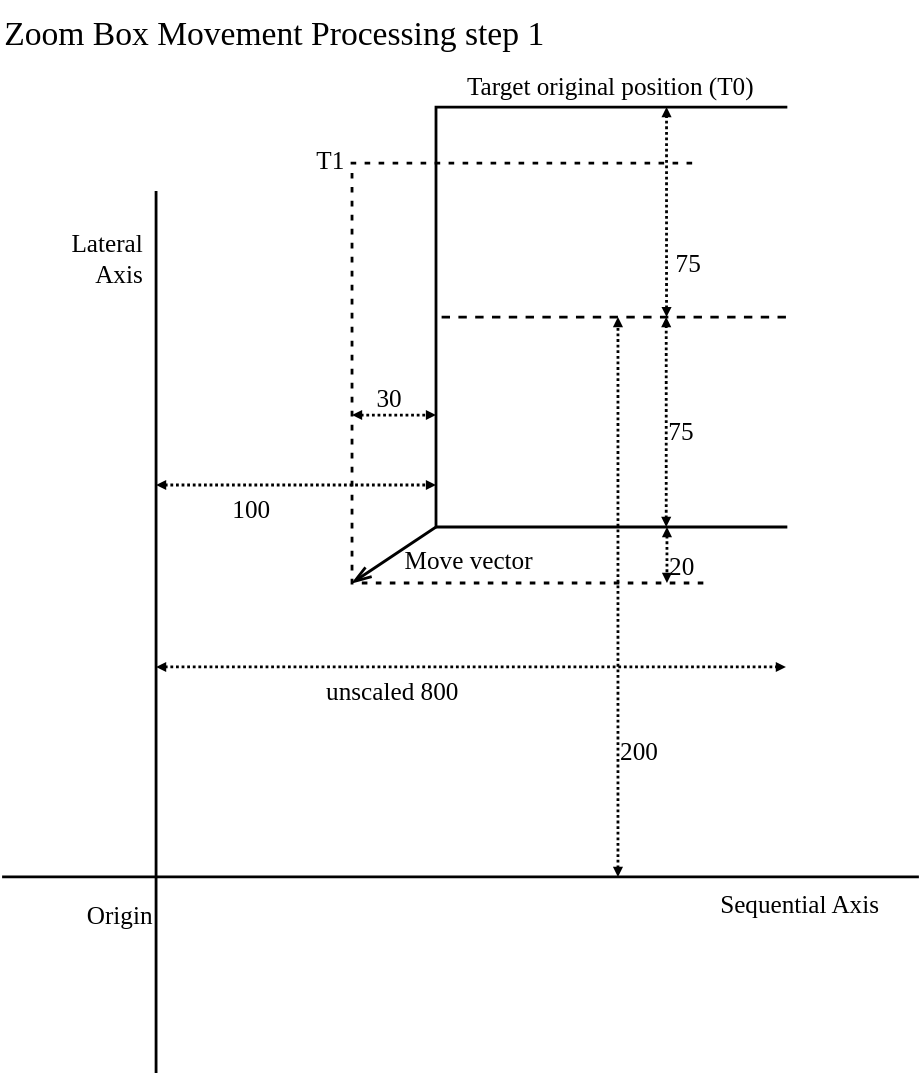
Earlier version of the draw.io export documents/Specification/07ZoomBoxMovement/MoveProcessing01.svg (dasher-project/dasher-web). Source tidied: cells renumbered, new cells last; positions are measured from the earlier drawing's top-left corner, leaving out a move shared by most shapes. Source of this version:
```xml
<mxGraphModel>
  <root>
    <mxCell id="0" />
    <mxCell id="1" parent="0" />
    <mxCell id="2" value="T1" style="shape=partialRectangle;whiteSpace=wrap;bottom=1;top=1;fillColor=none;strokeWidth=2;fontSize=18;right=0;fontFamily=Verdana;align=right;verticalAlign=bottom;spacing=5;labelPosition=left;verticalLabelPosition=top;dashed=1;dashPattern=1 4;spacingBottom=-16;" parent="1" vertex="1">
      <mxGeometry x="250" y="115" width="250" height="300" as="geometry" />
    </mxCell>
    <mxCell id="3" value="Target original position (T0)" style="shape=partialRectangle;bottom=1;top=1;fillColor=none;strokeWidth=2;fontSize=18;right=0;fontFamily=Verdana;align=center;verticalAlign=bottom;spacing=5;labelPosition=center;verticalLabelPosition=top;" parent="1" vertex="1">
      <mxGeometry x="310" y="75" width="250" height="300" as="geometry" />
    </mxCell>
    <mxCell id="4" value="Lateral&#10;Axis" style="endArrow=none;fontSize=18;strokeWidth=2;endFill=0;endSize=10;labelBackgroundColor=none;spacingTop=0;align=right;rounded=0;elbow=vertical;fontFamily=Verdana;startArrow=none;startFill=0;spacing=9;verticalAlign=top;" parent="1" edge="1">
      <mxGeometry x="-0.96" relative="1" as="geometry">
        <mxPoint x="110" y="135" as="sourcePoint" />
        <mxPoint x="110" y="765" as="targetPoint" />
        <mxPoint y="1" as="offset" />
      </mxGeometry>
    </mxCell>
    <mxCell id="5" value="Sequential Axis" style="endArrow=none;html=1;fontSize=18;strokeWidth=2;endFill=0;endSize=10;labelBackgroundColor=none;spacingTop=0;align=right;rounded=0;elbow=vertical;fontFamily=Verdana;startArrow=none;startFill=0;verticalAlign=top;spacing=5;" parent="1" edge="1">
      <mxGeometry x="-0.93" relative="1" as="geometry">
        <mxPoint x="655" y="625" as="sourcePoint" />
        <mxPoint y="625" as="targetPoint" />
      </mxGeometry>
    </mxCell>
    <mxCell id="6" value="Origin" style="rounded=0;shadow=0;comic=0;labelBackgroundColor=none;strokeWidth=2;fillColor=none;fontFamily=Verdana;fontSize=18;align=right;arcSize=20;spacingTop=0;spacingLeft=0;spacing=2;spacingBottom=0;spacingRight=0;strokeColor=none;verticalAlign=top;" parent="1" vertex="1">
      <mxGeometry x="40" y="635" width="70" height="30" as="geometry" />
    </mxCell>
    <mxCell id="7" value="Zoom Box Movement Processing step 1" style="rounded=0;shadow=0;comic=0;labelBackgroundColor=none;strokeWidth=2;fillColor=none;fontFamily=Verdana;fontSize=24;align=left;arcSize=20;spacingTop=0;spacingLeft=0;spacing=2;spacingBottom=0;spacingRight=0;strokeColor=none;" parent="1" vertex="1">
      <mxGeometry width="490" height="40" as="geometry" />
    </mxCell>
    <mxCell id="8" value="Move vector" style="endArrow=openThin;fontSize=18;strokeWidth=2;endFill=0;endSize=10;labelBackgroundColor=none;spacingTop=5;align=left;rounded=0;elbow=vertical;fontFamily=Verdana;startArrow=none;startFill=0;startSize=10;verticalAlign=middle;spacing=8;" parent="1" edge="1">
      <mxGeometry relative="1" as="geometry">
        <mxPoint x="310" y="375" as="sourcePoint" />
        <mxPoint x="250" y="415" as="targetPoint" />
      </mxGeometry>
    </mxCell>
    <mxCell id="9" value="30" style="endArrow=block;fontSize=18;strokeWidth=2;endFill=1;endSize=2;labelBackgroundColor=none;spacingTop=0;align=left;rounded=0;elbow=vertical;fontFamily=Verdana;startArrow=block;startFill=1;startSize=2;verticalAlign=bottom;dashed=1;dashPattern=1 1;" parent="1" edge="1">
      <mxGeometry x="-0.47" relative="1" as="geometry">
        <mxPoint x="250" y="295" as="sourcePoint" />
        <mxPoint x="310" y="295" as="targetPoint" />
      </mxGeometry>
    </mxCell>
    <mxCell id="10" value="20" style="endArrow=block;fontSize=18;strokeWidth=2;endFill=1;endSize=2;labelBackgroundColor=none;spacingTop=0;align=left;rounded=0;elbow=vertical;fontFamily=Verdana;startArrow=block;startFill=1;startSize=2;verticalAlign=top;dashed=1;dashPattern=1 1;" parent="1" edge="1">
      <mxGeometry x="-0.47" relative="1" as="geometry">
        <mxPoint x="475" y="375" as="sourcePoint" />
        <mxPoint x="475" y="415" as="targetPoint" />
      </mxGeometry>
    </mxCell>
    <mxCell id="11" value="200" style="endArrow=block;fontSize=18;strokeWidth=2;endFill=1;endSize=2;labelBackgroundColor=none;spacingTop=0;align=left;rounded=0;elbow=vertical;fontFamily=Verdana;startArrow=block;startFill=1;startSize=2;verticalAlign=top;dashed=1;dashPattern=1 1;" parent="1" edge="1">
      <mxGeometry x="-0.47" relative="1" as="geometry">
        <mxPoint x="440" y="625" as="sourcePoint" />
        <mxPoint x="440" y="225" as="targetPoint" />
      </mxGeometry>
    </mxCell>
    <mxCell id="12" value="75" style="endArrow=block;fontSize=18;strokeWidth=2;endFill=1;endSize=2;labelBackgroundColor=none;spacingTop=0;align=left;rounded=0;elbow=vertical;fontFamily=Verdana;startArrow=block;startFill=1;startSize=2;verticalAlign=middle;dashed=1;dashPattern=1 1;" parent="1" edge="1">
      <mxGeometry x="-0.07" relative="1" as="geometry">
        <mxPoint x="474.5" y="375" as="sourcePoint" />
        <mxPoint x="474.5" y="225" as="targetPoint" />
      </mxGeometry>
    </mxCell>
    <mxCell id="13" style="endArrow=none;html=1;fontSize=18;strokeWidth=2;endFill=0;endSize=10;labelBackgroundColor=none;spacingTop=-55;align=left;rounded=0;elbow=vertical;fontFamily=Verdana;startArrow=none;startFill=0;dashed=1;entryX=0;entryY=0.5;entryDx=0;entryDy=0;exitX=1;exitY=0.5;exitDx=0;exitDy=0;" parent="1" edge="1" source="3" target="3">
      <mxGeometry relative="1" as="geometry" />
    </mxCell>
    <mxCell id="14" value="75" style="endArrow=block;fontSize=18;strokeWidth=2;endFill=1;endSize=2;labelBackgroundColor=none;spacingTop=0;align=left;rounded=0;elbow=vertical;fontFamily=Verdana;startArrow=block;startFill=1;startSize=2;verticalAlign=middle;dashed=1;dashPattern=1 1;" parent="1" edge="1">
      <mxGeometry x="-0.47" y="-5" relative="1" as="geometry">
        <mxPoint x="474.7" y="225" as="sourcePoint" />
        <mxPoint x="474.7" y="75" as="targetPoint" />
      </mxGeometry>
    </mxCell>
    <mxCell id="15" value="100" style="endArrow=block;fontSize=18;strokeWidth=2;endFill=1;endSize=2;labelBackgroundColor=none;spacingTop=0;align=left;rounded=0;elbow=vertical;fontFamily=Verdana;startArrow=block;startFill=1;startSize=2;verticalAlign=top;dashed=1;dashPattern=1 1;" parent="1" edge="1">
      <mxGeometry x="-0.47" relative="1" as="geometry">
        <mxPoint x="110" y="345" as="sourcePoint" />
        <mxPoint x="310" y="345" as="targetPoint" />
      </mxGeometry>
    </mxCell>
    <mxCell id="16" value="unscaled 800" style="endArrow=block;fontSize=18;strokeWidth=2;endFill=1;endSize=2;labelBackgroundColor=none;spacingTop=0;align=left;rounded=0;elbow=vertical;fontFamily=Verdana;startArrow=block;startFill=1;startSize=2;verticalAlign=top;dashed=1;dashPattern=1 1;" parent="1" edge="1">
      <mxGeometry x="-0.47" relative="1" as="geometry">
        <mxPoint x="110" y="475" as="sourcePoint" />
        <mxPoint x="560" y="475" as="targetPoint" />
      </mxGeometry>
    </mxCell>
  </root>
</mxGraphModel>
```
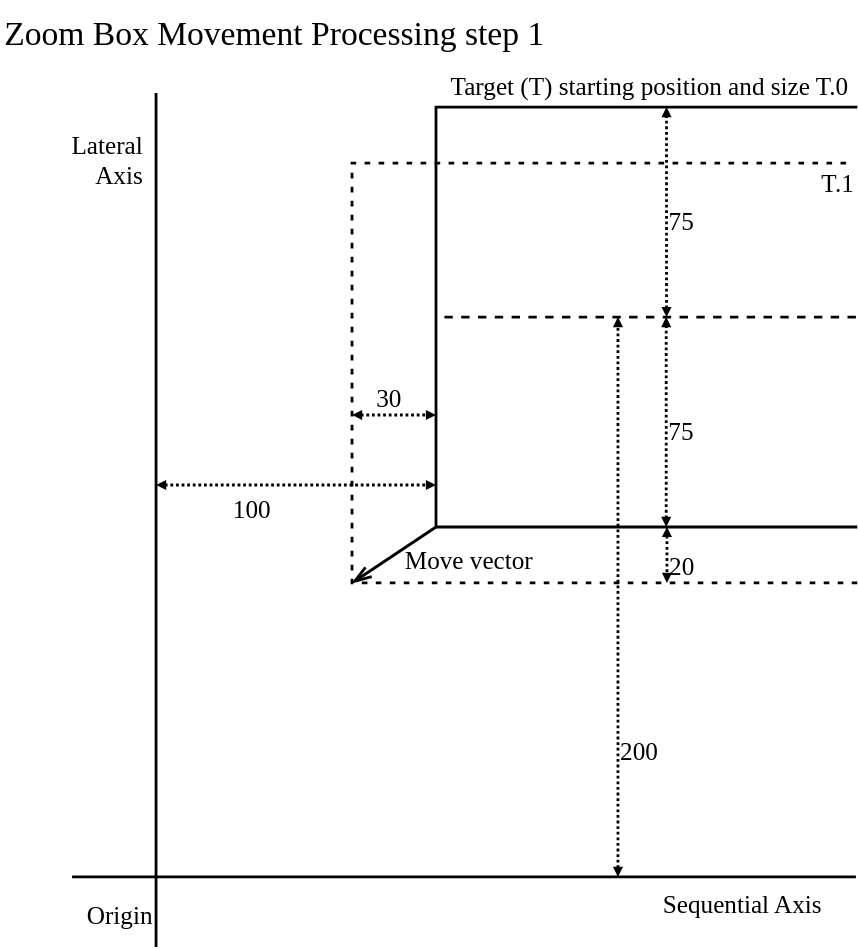
Later version of the same file.

What changed in the source:
```diff
@@ -2,23 +2,23 @@
   <root>
     <mxCell id="0" />
     <mxCell id="1" parent="0" />
-    <mxCell id="2" value="T1" style="shape=partialRectangle;whiteSpace=wrap;bottom=1;top=1;fillColor=none;strokeWidth=2;fontSize=18;right=0;fontFamily=Verdana;align=right;verticalAlign=bottom;spacing=5;labelPosition=left;verticalLabelPosition=top;dashed=1;dashPattern=1 4;spacingBottom=-16;" parent="1" vertex="1">
-      <mxGeometry x="250" y="115" width="250" height="300" as="geometry" />
+    <mxCell id="2" value="T.1" style="shape=partialRectangle;bottom=1;top=1;fillColor=none;strokeWidth=2;fontSize=18;right=0;fontFamily=Verdana;align=right;verticalAlign=top;spacing=5;labelPosition=center;verticalLabelPosition=middle;dashed=1;dashPattern=1 4;spacingBottom=0;spacingRight=-4;spacingTop=-6;" parent="1" vertex="1">
+      <mxGeometry x="250" y="115" width="360" height="300" as="geometry" />
     </mxCell>
-    <mxCell id="3" value="Target original position (T0)" style="shape=partialRectangle;bottom=1;top=1;fillColor=none;strokeWidth=2;fontSize=18;right=0;fontFamily=Verdana;align=center;verticalAlign=bottom;spacing=5;labelPosition=center;verticalLabelPosition=top;" parent="1" vertex="1">
-      <mxGeometry x="310" y="75" width="250" height="300" as="geometry" />
+    <mxCell id="3" value="Target (T) starting position and size T.0" style="shape=partialRectangle;bottom=1;top=1;fillColor=none;strokeWidth=2;fontSize=18;right=0;fontFamily=Verdana;align=right;verticalAlign=bottom;spacing=5;labelPosition=center;verticalLabelPosition=top;" parent="1" vertex="1">
+      <mxGeometry x="310" y="75" width="300" height="300" as="geometry" />
     </mxCell>
     <mxCell id="4" value="Lateral&#10;Axis" style="endArrow=none;fontSize=18;strokeWidth=2;endFill=0;endSize=10;labelBackgroundColor=none;spacingTop=0;align=right;rounded=0;elbow=vertical;fontFamily=Verdana;startArrow=none;startFill=0;spacing=9;verticalAlign=top;" parent="1" edge="1">
       <mxGeometry x="-0.96" relative="1" as="geometry">
-        <mxPoint x="110" y="135" as="sourcePoint" />
-        <mxPoint x="110" y="765" as="targetPoint" />
+        <mxPoint x="110" y="65" as="sourcePoint" />
+        <mxPoint x="110" y="675" as="targetPoint" />
         <mxPoint y="1" as="offset" />
       </mxGeometry>
     </mxCell>
     <mxCell id="5" value="Sequential Axis" style="endArrow=none;html=1;fontSize=18;strokeWidth=2;endFill=0;endSize=10;labelBackgroundColor=none;spacingTop=0;align=right;rounded=0;elbow=vertical;fontFamily=Verdana;startArrow=none;startFill=0;verticalAlign=top;spacing=5;" parent="1" edge="1">
       <mxGeometry x="-0.93" relative="1" as="geometry">
-        <mxPoint x="655" y="625" as="sourcePoint" />
-        <mxPoint y="625" as="targetPoint" />
+        <mxPoint x="610" y="625" as="sourcePoint" />
+        <mxPoint x="50" y="625" as="targetPoint" />
       </mxGeometry>
     </mxCell>
     <mxCell id="6" value="Origin" style="rounded=0;shadow=0;comic=0;labelBackgroundColor=none;strokeWidth=2;fillColor=none;fontFamily=Verdana;fontSize=18;align=right;arcSize=20;spacingTop=0;spacingLeft=0;spacing=2;spacingBottom=0;spacingRight=0;strokeColor=none;verticalAlign=top;" parent="1" vertex="1">
@@ -61,7 +61,7 @@
       <mxGeometry relative="1" as="geometry" />
     </mxCell>
     <mxCell id="14" value="75" style="endArrow=block;fontSize=18;strokeWidth=2;endFill=1;endSize=2;labelBackgroundColor=none;spacingTop=0;align=left;rounded=0;elbow=vertical;fontFamily=Verdana;startArrow=block;startFill=1;startSize=2;verticalAlign=middle;dashed=1;dashPattern=1 1;" parent="1" edge="1">
-      <mxGeometry x="-0.47" y="-5" relative="1" as="geometry">
+      <mxGeometry x="-0.07" relative="1" as="geometry">
         <mxPoint x="474.7" y="225" as="sourcePoint" />
         <mxPoint x="474.7" y="75" as="targetPoint" />
       </mxGeometry>
@@ -72,11 +72,5 @@
         <mxPoint x="310" y="345" as="targetPoint" />
       </mxGeometry>
     </mxCell>
-    <mxCell id="16" value="unscaled 800" style="endArrow=block;fontSize=18;strokeWidth=2;endFill=1;endSize=2;labelBackgroundColor=none;spacingTop=0;align=left;rounded=0;elbow=vertical;fontFamily=Verdana;startArrow=block;startFill=1;startSize=2;verticalAlign=top;dashed=1;dashPattern=1 1;" parent="1" edge="1">
-      <mxGeometry x="-0.47" relative="1" as="geometry">
-        <mxPoint x="110" y="475" as="sourcePoint" />
-        <mxPoint x="560" y="475" as="targetPoint" />
-      </mxGeometry>
-    </mxCell>
   </root>
 </mxGraphModel>
```
